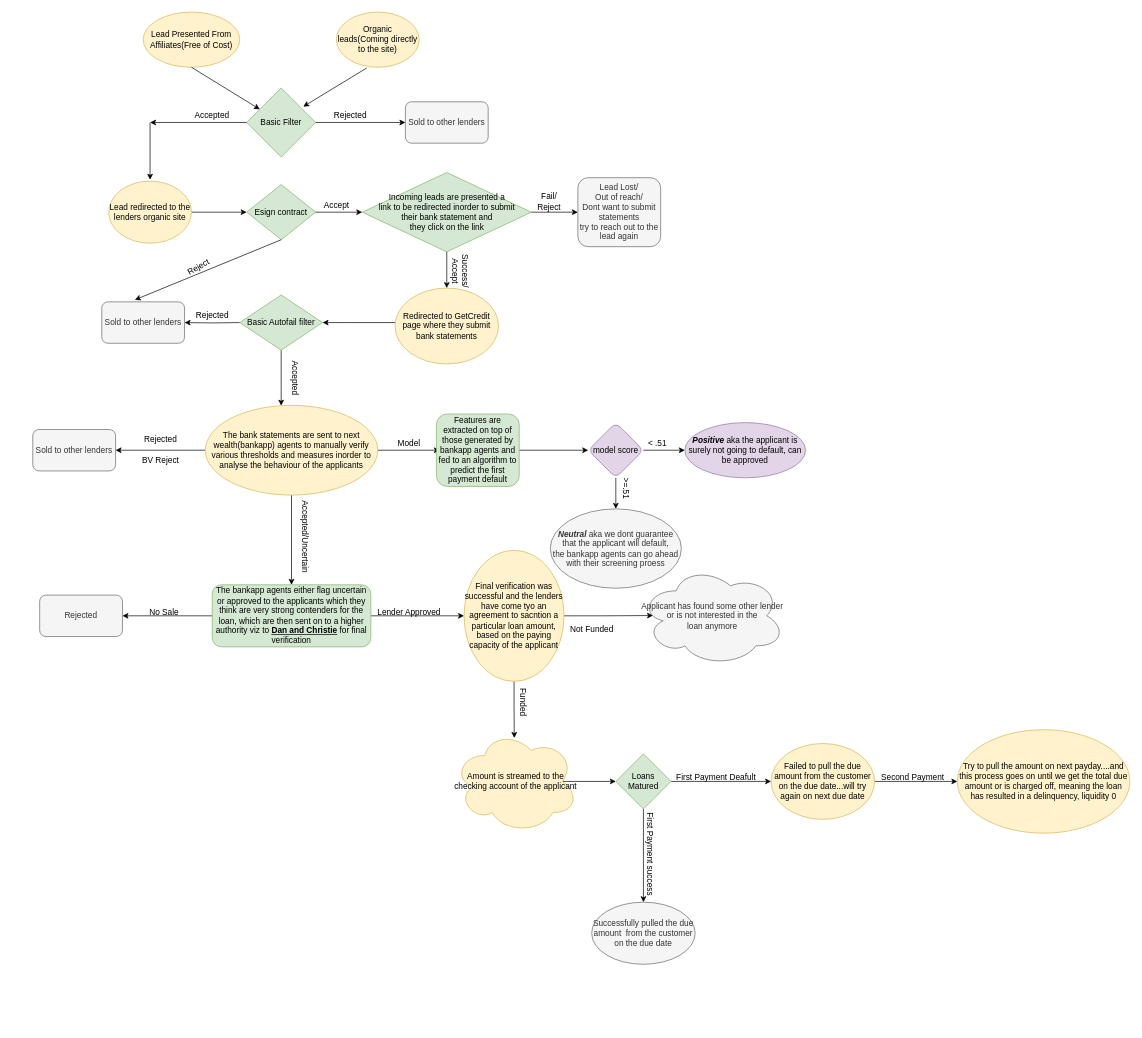
Before: Untitled Diagram.drawio in vishal-subedi/test, a draw.io diagram. Source tidied: cells renumbered, new cells numbered last; positions are measured from the earlier drawing's top-left corner, leaving out a move shared by most shapes. Both pictures are drawn from the tidied source at 69%, with x=0, y=0 at pixel (32, 12).
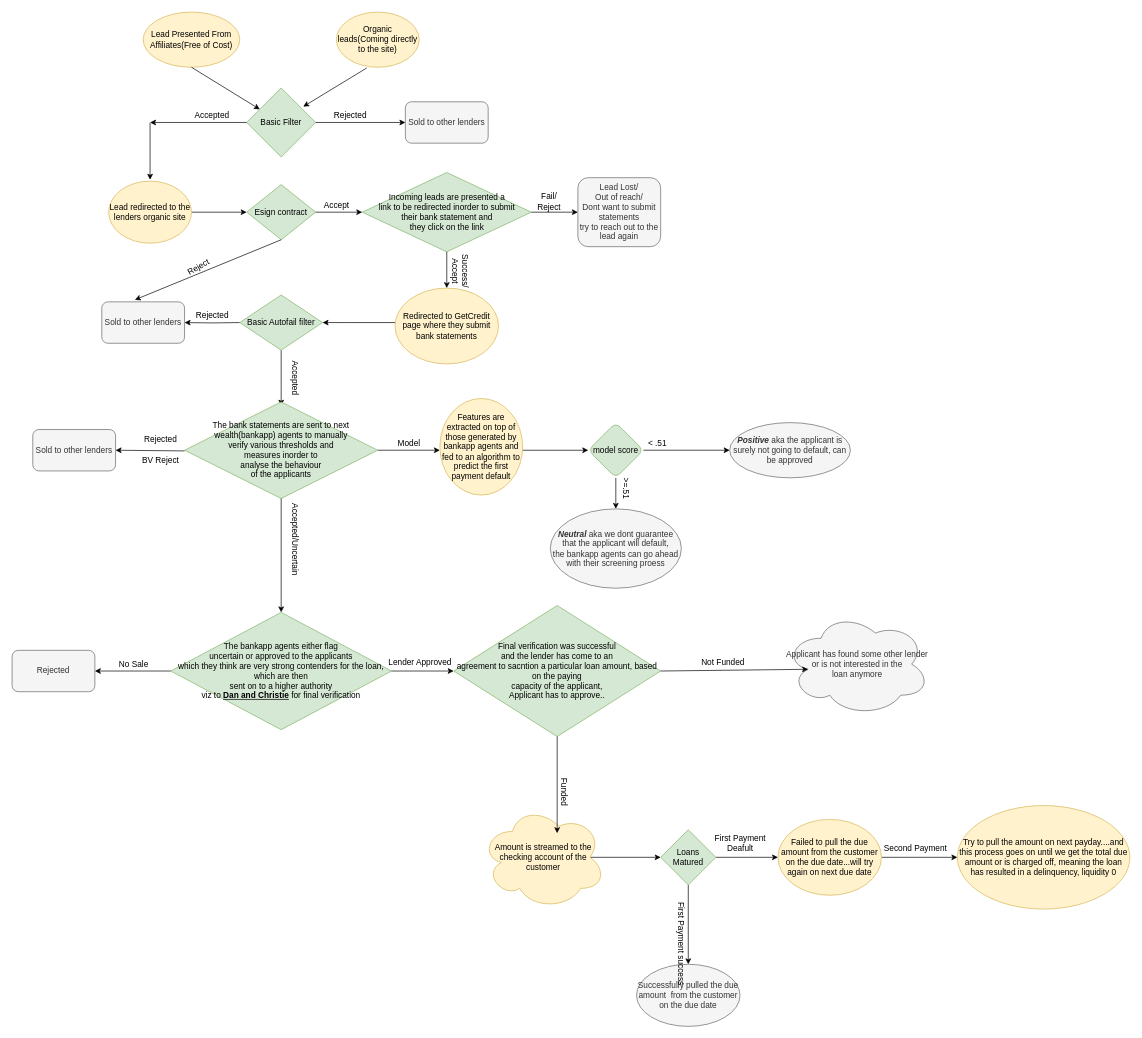
Above is the later version.

Unchanged cells that the change refers to:
```xml
<mxCell id="23" value="Sold to other lenders" style="whiteSpace=wrap;html=1;rounded=1;strokeColor=#666666;fillColor=#f5f5f5;fontColor=#333333;" parent="1" vertex="1">
  <mxGeometry y="605" width="120" height="60" as="geometry" />
</mxCell>
<mxCell id="25" value="BV Reject" style="text;html=1;align=center;verticalAlign=middle;points=[];" parent="1" vertex="1">
  <mxGeometry x="150" y="640" width="70" height="20" as="geometry" />
</mxCell>
```

Change to the diagram source:
```diff
@@
-    <mxCell id="13" style="edgeStyle=orthogonalEdgeStyle;rounded=0;jettySize=auto;html=1;" parent="1" edge="1" target="17">
+    <mxCell id="13" style="edgeStyle=orthogonalEdgeStyle;rounded=0;orthogonalLoop=1;jettySize=auto;html=1;" parent="1" edge="1">
       <mxGeometry relative="1" as="geometry">
         <mxPoint x="360" y="490" as="sourcePoint" />
+        <mxPoint x="360" y="570.5" as="targetPoint" />
         <Array as="points">
           <mxPoint x="360" y="540" />
           <mxPoint x="360" y="540" />
         </Array>
       </mxGeometry>
     </mxCell>
-    <mxCell id="14" style="edgeStyle=orthogonalEdgeStyle;rounded=0;jettySize=auto;html=1;" parent="1" edge="1" source="17" target="23">
-      <mxGeometry relative="1" as="geometry" />
-    </mxCell>
-    <mxCell id="15" style="edgeStyle=orthogonalEdgeStyle;rounded=0;jettySize=auto;html=1;" parent="1" edge="1" source="17">
+    <mxCell id="15" style="edgeStyle=orthogonalEdgeStyle;rounded=0;orthogonalLoop=1;jettySize=auto;html=1;" parent="1" edge="1">
       <mxGeometry relative="1" as="geometry">
+        <mxPoint x="500" y="635" as="sourcePoint" />
         <mxPoint x="590" y="635" as="targetPoint" />
       </mxGeometry>
     </mxCell>
-    <mxCell id="16" style="edgeStyle=orthogonalEdgeStyle;rounded=0;jettySize=auto;html=1;" parent="1" edge="1" source="17" target="38">
-      <mxGeometry relative="1" as="geometry" />
-    </mxCell>
-    <mxCell id="17" value="The bank statements are sent to next wealth(bankapp) agents to manually verify various thresholds and measures inorder to analyse the behaviour of the applicants" style="ellipse;whiteSpace=wrap;html=1;rounded=1;strokeColor=#d6b656;fillColor=#fff2cc;" parent="1" vertex="1">
-      <mxGeometry x="250" y="570" width="250" height="130" as="geometry" />
-    </mxCell>
@@
-    <mxCell id="26" style="edgeStyle=orthogonalEdgeStyle;rounded=0;jettySize=auto;html=1;" parent="1" edge="1" source="27" target="31">
+    <mxCell id="26" style="edgeStyle=orthogonalEdgeStyle;rounded=0;jettySize=auto;html=1;exitX=1;exitY=0.536;exitDx=0;exitDy=0;exitPerimeter=0;" parent="1" edge="1" source="27" target="31">
       <mxGeometry relative="1" as="geometry" />
     </mxCell>
-    <mxCell id="27" value="Features are extracted on top of those generated by bankapp agents and fed to an algorithm to predict the first payment default" style="whiteSpace=wrap;html=1;rounded=1;strokeColor=#82b366;fillColor=#d5e8d4;" parent="1" vertex="1">
-      <mxGeometry x="585" y="582.5" width="120" height="105" as="geometry" />
-    </mxCell>
@@
-    <mxCell id="31" value="model score" style="rhombus;whiteSpace=wrap;html=1;rounded=1;strokeColor=#9673a6;fillColor=#e1d5e7;" parent="1" vertex="1">
+    <mxCell id="31" value="model score" style="rhombus;whiteSpace=wrap;html=1;rounded=1;strokeColor=#82b366;fillColor=#d5e8d4;" parent="1" vertex="1">
       <mxGeometry x="805" y="595" width="80" height="80" as="geometry" />
     </mxCell>
@@
-    <mxCell id="34" value="&lt;i&gt;&lt;b&gt;Positive&lt;/b&gt;&lt;/i&gt; aka the applicant is surely not going to default, can be approved" style="ellipse;whiteSpace=wrap;html=1;rounded=1;strokeColor=#9673a6;fillColor=#e1d5e7;" parent="1" vertex="1">
-      <mxGeometry x="945" y="595" width="175" height="80" as="geometry" />
+    <mxCell id="34" value="&lt;i&gt;&lt;b&gt;Positive&lt;/b&gt;&lt;/i&gt; aka the applicant is surely not going to default, can be approved" style="ellipse;whiteSpace=wrap;html=1;rounded=1;strokeColor=#666666;fillColor=#f5f5f5;fontColor=#333333;" parent="1" vertex="1">
+      <mxGeometry x="1010" y="595" width="175" height="80" as="geometry" />
     </mxCell>
@@
-    <mxCell id="36" style="edgeStyle=orthogonalEdgeStyle;rounded=0;jettySize=auto;html=1;" parent="1" edge="1" source="38" target="40">
+    <mxCell id="36" style="edgeStyle=orthogonalEdgeStyle;rounded=0;jettySize=auto;html=1;exitX=0;exitY=0.5;exitDx=0;exitDy=0;" parent="1" edge="1" source="38" target="40">
       <mxGeometry relative="1" as="geometry" />
     </mxCell>
-    <mxCell id="37" style="edgeStyle=orthogonalEdgeStyle;rounded=0;jettySize=auto;html=1;" parent="1" edge="1" source="38" target="44">
-      <mxGeometry relative="1" as="geometry" />
-    </mxCell>
-    <mxCell id="38" value="The bankapp agents either flag uncertain or approved to the applicants which they think are very strong contenders for the loan, which are then sent on to a higher authority viz to &lt;u&gt;&lt;b&gt;Dan and Christie&lt;/b&gt;&lt;/u&gt; for final verification" style="whiteSpace=wrap;html=1;rounded=1;strokeColor=#82b366;fillColor=#d5e8d4;" parent="1" vertex="1">
-      <mxGeometry x="260" y="830" width="230" height="90" as="geometry" />
-    </mxCell>
     <mxCell id="39" value="Accepted/Uncertain" style="text;html=1;align=center;verticalAlign=middle;rotation=90;" parent="1" vertex="1">
-      <mxGeometry x="335" y="750" width="120" height="20" as="geometry" />
+      <mxGeometry x="320" y="754" width="120" height="20" as="geometry" />
     </mxCell>
     <mxCell id="40" value="Rejected" style="whiteSpace=wrap;html=1;rounded=1;strokeColor=#666666;fillColor=#f5f5f5;fontColor=#333333;" parent="1" vertex="1">
-      <mxGeometry x="10" y="845" width="120" height="60" as="geometry" />
+      <mxGeometry x="-30" y="925" width="120" height="60" as="geometry" />
     </mxCell>
     <mxCell id="41" value="No Sale" style="text;html=1;align=center;verticalAlign=middle;" parent="1" vertex="1">
-      <mxGeometry x="160" y="860" width="60" height="20" as="geometry" />
+      <mxGeometry x="116" y="935" width="60" height="20" as="geometry" />
     </mxCell>
-    <mxCell id="42" style="edgeStyle=orthogonalEdgeStyle;rounded=0;jettySize=auto;html=1;entryX=0.488;entryY=0.08;entryDx=0;entryDy=0;entryPerimeter=0;" parent="1" edge="1" source="44" target="47">
-      <mxGeometry relative="1" as="geometry" />
-    </mxCell>
-    <mxCell id="43" style="edgeStyle=orthogonalEdgeStyle;rounded=0;jettySize=auto;html=1;entryX=0.09;entryY=0.497;entryDx=0;entryDy=0;entryPerimeter=0;" parent="1" edge="1" source="44" target="48">
-      <mxGeometry relative="1" as="geometry" />
-    </mxCell>
-    <mxCell id="44" value="Final verification was successful and the lenders have come tyo an agreement to sacntion a particular loan amount, based on the paying capacity of the applicant" style="ellipse;whiteSpace=wrap;html=1;rounded=1;strokeColor=#d6b656;fillColor=#fff2cc;" parent="1" vertex="1">
-      <mxGeometry x="625" y="780" width="145" height="190" as="geometry" />
-    </mxCell>
     <mxCell id="45" value="Lender Approved" style="text;html=1;align=center;verticalAlign=middle;" parent="1" vertex="1">
-      <mxGeometry x="490" y="860" width="110" height="20" as="geometry" />
+      <mxGeometry x="506" y="932.5" width="110" height="20" as="geometry" />
     </mxCell>
@@
-    <mxCell id="47" value="Amount is streamed to the checking account of the applicant " style="ellipse;shape=cloud;whiteSpace=wrap;html=1;rounded=1;strokeColor=#d6b656;fillColor=#fff2cc;" parent="1" vertex="1">
-      <mxGeometry x="610" y="1040" width="180" height="150" as="geometry" />
+    <mxCell id="47" value="Amount is streamed to the checking account of the customer " style="ellipse;shape=cloud;whiteSpace=wrap;html=1;rounded=1;strokeColor=#d6b656;fillColor=#fff2cc;" parent="1" vertex="1">
+      <mxGeometry x="650" y="1150" width="180" height="150" as="geometry" />
     </mxCell>
     <mxCell id="48" value="&lt;div&gt;Applicant has found some other lender or is not interested in the &lt;br&gt;&lt;/div&gt;&lt;div&gt;loan anymore&lt;/div&gt;" style="ellipse;shape=cloud;whiteSpace=wrap;html=1;rounded=1;strokeColor=#666666;fillColor=#f5f5f5;fontColor=#333333;" parent="1" vertex="1">
-      <mxGeometry x="880" y="802.5" width="210" height="145" as="geometry" />
+      <mxGeometry x="1090" y="870" width="210" height="150" as="geometry" />
     </mxCell>
-    <mxCell id="49" value="Funded" style="text;html=1;align=center;verticalAlign=middle;rotation=90;" parent="1" vertex="1">
-      <mxGeometry x="680" y="990" width="60" height="20" as="geometry" />
-    </mxCell>
     <mxCell id="50" value="Not Funded" style="text;html=1;align=center;verticalAlign=middle;" parent="1" vertex="1">
-      <mxGeometry x="770" y="885" width="80" height="20" as="geometry" />
+      <mxGeometry x="960" y="932.5" width="80" height="20" as="geometry" />
     </mxCell>
@@
     <mxCell id="52" value="Failed to pull the due amount from the customer on the due date...will try again on next due date" style="ellipse;whiteSpace=wrap;html=1;rounded=1;strokeColor=#d6b656;fillColor=#fff2cc;" parent="1" vertex="1">
-      <mxGeometry x="1070" y="1060" width="150" height="110" as="geometry" />
+      <mxGeometry x="1080" y="1170" width="150" height="110" as="geometry" />
     </mxCell>
@@
     <mxCell id="55" value="Loans Matured" style="rhombus;whiteSpace=wrap;html=1;fillColor=#d5e8d4;strokeColor=#82b366;" parent="1" vertex="1">
-      <mxGeometry x="845" y="1075" width="80" height="80" as="geometry" />
+      <mxGeometry x="910" y="1185" width="80" height="80" as="geometry" />
     </mxCell>
-    <mxCell id="56" value="First Payment Deafult" style="text;html=1;align=center;verticalAlign=middle;" parent="1" vertex="1">
-      <mxGeometry x="925" y="1100" width="130" height="20" as="geometry" />
+    <mxCell id="56" value="&lt;div&gt;First Payment &lt;br&gt;&lt;/div&gt;&lt;div&gt;Deafult&lt;/div&gt;" style="text;html=1;align=center;verticalAlign=middle;" parent="1" vertex="1">
+      <mxGeometry x="980" y="1190" width="90" height="30" as="geometry" />
     </mxCell>
     <mxCell id="57" value="Successfully pulled the due amount&amp;nbsp; from the customer on the due date " style="ellipse;whiteSpace=wrap;html=1;strokeColor=#666666;fillColor=#f5f5f5;fontColor=#333333;" parent="1" vertex="1">
-      <mxGeometry x="810" y="1290" width="150" height="90" as="geometry" />
+      <mxGeometry x="875" y="1380" width="150" height="90" as="geometry" />
     </mxCell>
     <mxCell id="58" value="First Payment success" style="text;html=1;align=center;verticalAlign=middle;rotation=90;" parent="1" vertex="1">
-      <mxGeometry x="825" y="1210" width="140" height="20" as="geometry" />
+      <mxGeometry x="870" y="1340" width="140" height="20" as="geometry" />
     </mxCell>
     <mxCell id="59" value="Try to pull the amount on next payday....and this process goes on until we get the total due amount or is charged off, meaning the loan has resulted in a delinquency, liquidity 0" style="ellipse;whiteSpace=wrap;html=1;rounded=1;strokeColor=#d6b656;fillColor=#fff2cc;" parent="1" vertex="1">
-      <mxGeometry x="1340" y="1040" width="250" height="150" as="geometry" />
+      <mxGeometry x="1340" y="1150" width="250" height="150" as="geometry" />
     </mxCell>
     <mxCell id="60" value="Second Payment" style="text;html=1;align=center;verticalAlign=middle;" parent="1" vertex="1">
-      <mxGeometry x="1220" y="1100" width="110" height="20" as="geometry" />
+      <mxGeometry x="1224" y="1202" width="110" height="20" as="geometry" />
     </mxCell>
@@
+    <mxCell id="17" value="&lt;font style=&quot;font-size: 12px&quot;&gt;The bank statements are sent to next wealth(bankapp) agents to manually &lt;br&gt;&lt;/font&gt;&lt;div&gt;&lt;font style=&quot;font-size: 12px&quot;&gt;verify various thresholds and &lt;br&gt;&lt;/font&gt;&lt;/div&gt;&lt;div&gt;&lt;font style=&quot;font-size: 12px&quot;&gt;measures inorder to &lt;br&gt;&lt;/font&gt;&lt;/div&gt;&lt;div&gt;&lt;font style=&quot;font-size: 12px&quot;&gt;analyse the behaviour &lt;/font&gt;&lt;/div&gt;&lt;font style=&quot;font-size: 12px&quot;&gt;of the applicants&lt;/font&gt;" style="rhombus;whiteSpace=wrap;html=1;fillColor=#d5e8d4;strokeColor=#82b366;" parent="1" vertex="1">
+      <mxGeometry x="220" y="565" width="280" height="140" as="geometry" />
+    </mxCell>
+    <mxCell id="76" style="endArrow=classic;html=1;entryX=1;entryY=0.5;entryDx=0;entryDy=0;exitX=1;exitY=-0.2;exitDx=0;exitDy=0;exitPerimeter=0;" parent="1" edge="1" source="25" target="23">
+      <mxGeometry relative="1" as="geometry" />
+    </mxCell>
+    <mxCell id="16" style="endArrow=classic;html=1;exitX=0.5;exitY=1;exitDx=0;exitDy=0;entryX=0.5;entryY=0;entryDx=0;entryDy=0;" parent="1" edge="1" source="17" target="38">
+      <mxGeometry relative="1" as="geometry" />
+    </mxCell>
+    <mxCell id="27" value="Features are extracted on top of those generated by bankapp agents and fed to an algorithm to predict the first payment default" style="ellipse;whiteSpace=wrap;html=1;fillColor=#fff2cc;strokeColor=#d6b656;" parent="1" vertex="1">
+      <mxGeometry x="590" y="560" width="120" height="140" as="geometry" />
+    </mxCell>
+    <mxCell id="38" value="&lt;div&gt;The bankapp agents either flag &lt;br&gt;&lt;/div&gt;&lt;div&gt;uncertain or approved to the applicants &lt;/div&gt;which they think are very strong contenders for the loan, which are then&lt;br&gt;&lt;div&gt; sent on to a higher authority &lt;br&gt;&lt;/div&gt;&lt;div&gt;viz to &lt;u&gt;&lt;b&gt;Dan and Christie&lt;/b&gt;&lt;/u&gt; for final verification&lt;/div&gt;" style="rhombus;whiteSpace=wrap;html=1;fillColor=#d5e8d4;strokeColor=#82b366;" parent="1" vertex="1">
+      <mxGeometry x="200" y="870" width="320" height="170" as="geometry" />
+    </mxCell>
+    <mxCell id="77" value="&lt;div&gt;Final verification was successful&lt;/div&gt;&lt;div&gt; and the lender has come to an &lt;br&gt;agreement to sacntion a particular loan amount, based on the paying &lt;br&gt;capacity of the applicant,&lt;/div&gt;&lt;div&gt;Applicant has to approve..&lt;/div&gt;" style="rhombus;whiteSpace=wrap;html=1;fillColor=#d5e8d4;strokeColor=#82b366;" parent="1" vertex="1">
+      <mxGeometry x="610" y="860" width="300" height="190" as="geometry" />
+    </mxCell>
+    <mxCell id="78" style="endArrow=classic;html=1;exitX=1;exitY=0.5;exitDx=0;exitDy=0;entryX=0;entryY=0.5;entryDx=0;entryDy=0;" parent="1" edge="1" source="38" target="77">
+      <mxGeometry relative="1" as="geometry" />
+    </mxCell>
+    <mxCell id="79" style="endArrow=classic;html=1;exitX=0.5;exitY=1;exitDx=0;exitDy=0;entryX=0.611;entryY=0.267;entryDx=0;entryDy=0;entryPerimeter=0;" parent="1" edge="1" source="77" target="47">
+      <mxGeometry relative="1" as="geometry" />
+    </mxCell>
+    <mxCell id="49" value="Funded" style="text;html=1;align=center;verticalAlign=middle;rotation=90;" parent="1" vertex="1">
+      <mxGeometry x="740" y="1120" width="60" height="20" as="geometry" />
+    </mxCell>
+    <mxCell id="80" style="endArrow=classic;html=1;exitX=1;exitY=0.5;exitDx=0;exitDy=0;entryX=0.16;entryY=0.55;entryDx=0;entryDy=0;entryPerimeter=0;" parent="1" edge="1" source="77" target="48">
+      <mxGeometry relative="1" as="geometry" />
+    </mxCell>
```
